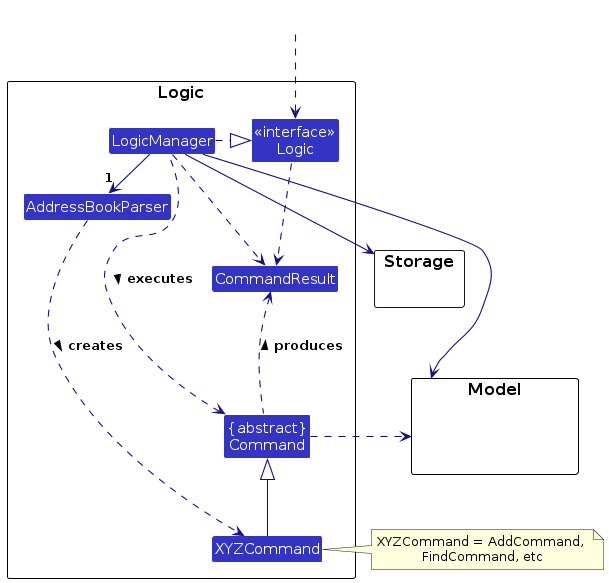
keaganpzh/tp keeps this PlantUML diagram as diagrams/LogicClassDiagram.png. Above is the earlier version. Its source is kept beside it as diagrams/LogicClassDiagram.puml. Source of this version:
```plantuml
@startuml
!include style.puml
skinparam arrowThickness 1.1
skinparam arrowColor LOGIC_COLOR_T4
skinparam classBackgroundColor LOGIC_COLOR

package Logic as LogicPackage {

Class AddressBookParser
Class XYZCommand
Class CommandResult
Class "{abstract}\nCommand" as Command


Class "<<interface>>\nLogic" as Logic
Class LogicManager
}

package Model {
Class HiddenModel #FFFFFF
}

package Storage {
}

Class HiddenOutside #FFFFFF
HiddenOutside ..> Logic

LogicManager .right.|> Logic
LogicManager -right->"1" AddressBookParser
AddressBookParser ..> XYZCommand : creates >

XYZCommand -up-|> Command
LogicManager .left.> Command : executes >

LogicManager --> Model
LogicManager --> Storage
Storage --[hidden] Model
Command .[hidden]up.> Storage
Command .right.> Model
note right of XYZCommand: XYZCommand = AddCommand, \nFindCommand, etc

Logic ..> CommandResult
LogicManager .down.> CommandResult
Command .up.> CommandResult : produces >
@enduml
```
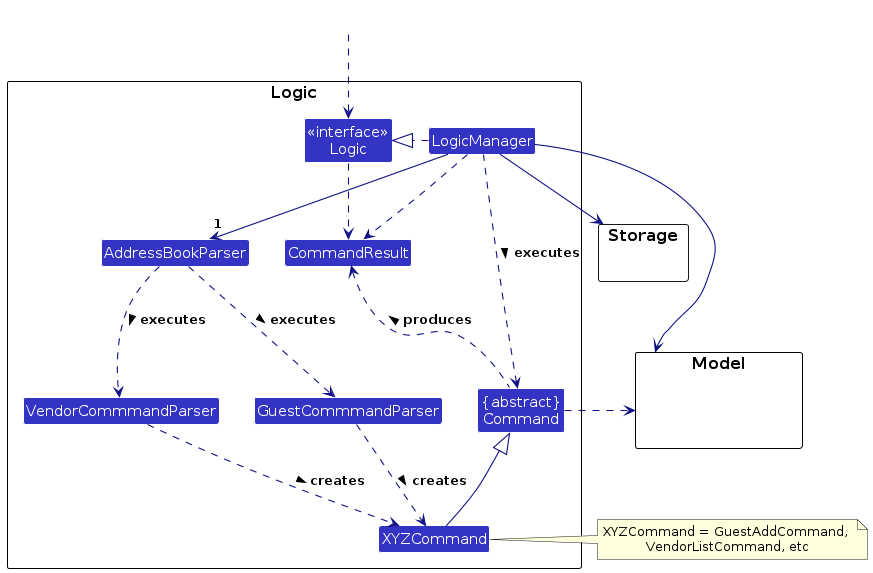
Above is the later version.

Diff of the diagram source:
```diff
@@ -7,6 +7,8 @@
 package Logic as LogicPackage {
 
 Class AddressBookParser
+Class GuestCommmandParser
+Class VendorCommmandParser
 Class XYZCommand
 Class CommandResult
 Class "{abstract}\nCommand" as Command
@@ -28,7 +30,11 @@
 
 LogicManager .right.|> Logic
 LogicManager -right->"1" AddressBookParser
-AddressBookParser ..> XYZCommand : creates >
+AddressBookParser ..> GuestCommmandParser : executes >
+AddressBookParser ..> VendorCommmandParser : executes >
+
+GuestCommmandParser ..> XYZCommand : creates >
+VendorCommmandParser ..> XYZCommand : creates >
 
 XYZCommand -up-|> Command
 LogicManager .left.> Command : executes >
@@ -38,7 +44,7 @@
 Storage --[hidden] Model
 Command .[hidden]up.> Storage
 Command .right.> Model
-note right of XYZCommand: XYZCommand = AddCommand, \nFindCommand, etc
+note right of XYZCommand: XYZCommand = GuestAddCommand, \nVendorListCommand, etc
 
 Logic ..> CommandResult
 LogicManager .down.> CommandResult
```
